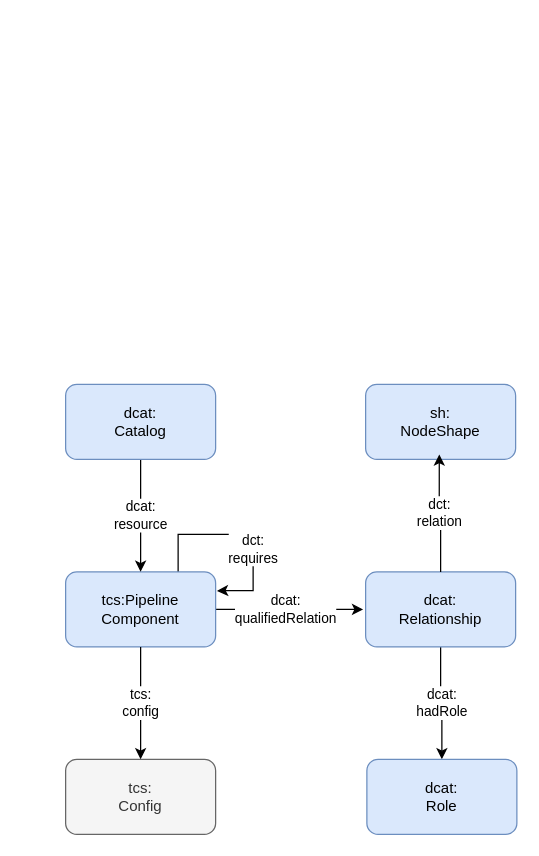
thcarsten/toolchain-specification keeps this draw.io diagram as page "Component Catalog" (4 of 4) of semantic model/diagrams/diagrams.drawio. Above is the earlier version. Source tidied: cells renumbered, new cells numbered last; positions are measured from the earlier drawing's top-left corner, leaving out a move shared by most shapes. Both pictures are drawn from the tidied source at 125%, with x=0, y=0 at pixel (65, 384).
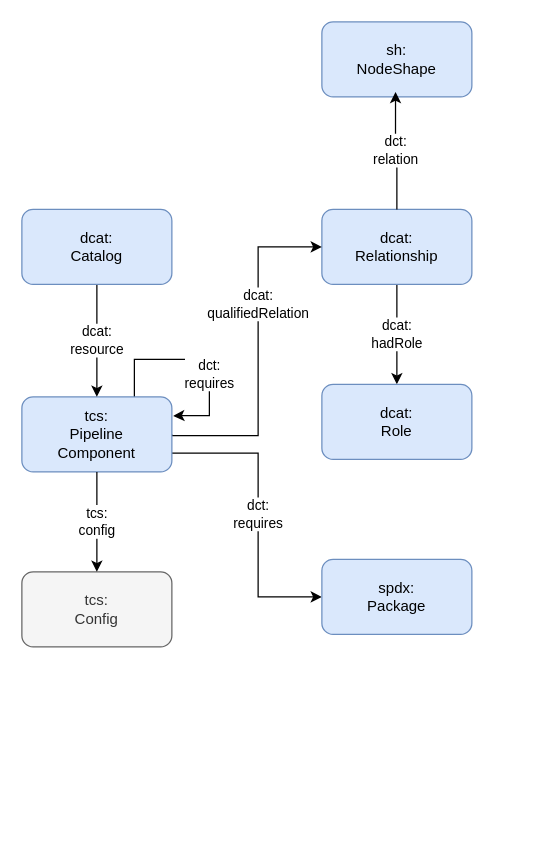
After the change.

The edit, as a diff of the source:
```diff
@@
     <mxCell id="3" value="dcat:&lt;div&gt;Relationship&lt;/div&gt;" style="rounded=1;whiteSpace=wrap;html=1;gradientDirection=north;fillColor=#dae8fc;strokeColor=#6c8ebf;" parent="1" vertex="1">
-      <mxGeometry x="240" y="150" width="120" height="60" as="geometry" />
+      <mxGeometry x="205" y="-140" width="120" height="60" as="geometry" />
     </mxCell>
     <mxCell id="4" value="dcat:&lt;div&gt;Role&lt;/div&gt;" style="rounded=1;whiteSpace=wrap;html=1;gradientDirection=north;fillColor=#dae8fc;strokeColor=#6c8ebf;" parent="1" vertex="1">
-      <mxGeometry x="241" y="300" width="120" height="60" as="geometry" />
+      <mxGeometry x="205" width="120" height="60" as="geometry" />
     </mxCell>
-    <mxCell id="5" value="dct:&lt;div&gt;requires&lt;/div&gt;" style="edgeStyle=orthogonalEdgeStyle;rounded=0;orthogonalLoop=1;jettySize=auto;html=1;exitX=0.75;exitY=0;exitDx=0;exitDy=0;entryX=1.009;entryY=0.254;entryDx=0;entryDy=0;entryPerimeter=0;" parent="1" edge="1" source="7" target="7">
+    <mxCell id="5" value="dct:&lt;div&gt;requires&lt;/div&gt;" style="edgeStyle=orthogonalEdgeStyle;rounded=0;orthogonalLoop=1;jettySize=auto;html=1;exitX=0.75;exitY=0;exitDx=0;exitDy=0;entryX=1.009;entryY=0.254;entryDx=0;entryDy=0;entryPerimeter=0;" parent="1" edge="1" source="15" target="15">
       <mxGeometry x="0.24" relative="1" as="geometry">
         <Array as="points">
-          <mxPoint x="90" y="120" />
-          <mxPoint x="150" y="120" />
-          <mxPoint x="150" y="165" />
-          <mxPoint x="127" y="165" />
+          <mxPoint x="55" y="-20" />
+          <mxPoint x="115" y="-20" />
+          <mxPoint x="115" y="25" />
+          <mxPoint x="92" y="25" />
         </Array>
       </mxGeometry>
     </mxCell>
-    <mxCell id="6" value="dcat:&lt;div&gt;qualifiedRelation&lt;/div&gt;" style="edgeStyle=orthogonalEdgeStyle;rounded=0;orthogonalLoop=1;jettySize=auto;html=1;exitX=1;exitY=0.5;exitDx=0;exitDy=0;entryX=0;entryY=0.5;entryDx=0;entryDy=0;" parent="1" edge="1">
-      <mxGeometry x="-0.05" relative="1" as="geometry">
-        <mxPoint x="120" y="180" as="sourcePoint" />
-        <mxPoint x="238" y="180" as="targetPoint" />
+    <mxCell id="6" value="dcat:&lt;div&gt;qualifiedRelation&lt;/div&gt;" style="edgeStyle=orthogonalEdgeStyle;rounded=0;jettySize=auto;html=1;exitX=1;exitY=0.5;exitDx=0;exitDy=0;entryX=0;entryY=0.5;entryDx=0;entryDy=0;" parent="1" edge="1" target="3">
+      <mxGeometry x="0.29" relative="1" as="geometry">
+        <mxPoint x="85" y="40" as="sourcePoint" />
+        <Array as="points">
+          <mxPoint x="85" y="41" />
+          <mxPoint x="154" y="41" />
+          <mxPoint x="154" y="-110" />
+        </Array>
       </mxGeometry>
     </mxCell>
-    <mxCell id="7" value="tcs:Pipeline&lt;div&gt;Component&lt;/div&gt;" style="rounded=1;whiteSpace=wrap;html=1;fillColor=#dae8fc;strokeColor=#6c8ebf;" parent="1" vertex="1">
-      <mxGeometry y="150" width="120" height="60" as="geometry" />
-    </mxCell>
+    <mxCell id="14" value="dct:&lt;div&gt;requires&lt;/div&gt;" style="edgeStyle=orthogonalEdgeStyle;rounded=0;jettySize=auto;html=1;exitX=1;exitY=0.75;exitDx=0;exitDy=0;entryX=0;entryY=0.5;entryDx=0;entryDy=0;" parent="1" edge="1" source="15" target="16">
+      <mxGeometry relative="1" as="geometry">
+        <Array as="points">
+          <mxPoint x="154" y="55" />
+          <mxPoint x="154" y="170" />
+        </Array>
+      </mxGeometry>
+    </mxCell>
+    <mxCell id="15" value="tcs:&lt;div&gt;Pipeline&lt;div&gt;Component&lt;/div&gt;&lt;/div&gt;" style="rounded=1;whiteSpace=wrap;html=1;fillColor=#dae8fc;strokeColor=#6c8ebf;" parent="1" vertex="1">
+      <mxGeometry x="-35" y="10" width="120" height="60" as="geometry" />
+    </mxCell>
-    <mxCell id="8" value="dcat:&lt;div&gt;resource&lt;/div&gt;" style="edgeStyle=orthogonalEdgeStyle;rounded=0;jettySize=auto;html=1;exitX=0.5;exitY=1;exitDx=0;exitDy=0;" parent="1" edge="1" source="9" target="7">
+    <mxCell id="8" value="dcat:&lt;div&gt;resource&lt;/div&gt;" style="edgeStyle=orthogonalEdgeStyle;rounded=0;jettySize=auto;html=1;exitX=0.5;exitY=1;exitDx=0;exitDy=0;" parent="1" edge="1" source="9" target="15">
       <mxGeometry relative="1" as="geometry" />
     </mxCell>
     <mxCell id="9" value="dcat:&lt;div&gt;Catalog&lt;/div&gt;" style="rounded=1;whiteSpace=wrap;html=1;fillColor=#dae8fc;strokeColor=#6c8ebf;" parent="1" vertex="1">
-      <mxGeometry width="120" height="60" as="geometry" />
+      <mxGeometry x="-35" y="-140" width="120" height="60" as="geometry" />
     </mxCell>
     <mxCell id="10" value="tcs:&lt;div&gt;Config&lt;/div&gt;" style="rounded=1;whiteSpace=wrap;html=1;fillColor=#f5f5f5;strokeColor=#666666;fontColor=#333333;" parent="1" vertex="1">
-      <mxGeometry y="300" width="120" height="60" as="geometry" />
+      <mxGeometry x="-35" y="150" width="120" height="60" as="geometry" />
     </mxCell>
-    <mxCell id="11" value="tcs:&lt;div&gt;config&lt;/div&gt;" style="edgeStyle=orthogonalEdgeStyle;rounded=0;jettySize=auto;html=1;exitX=0.5;exitY=1;exitDx=0;exitDy=0;entryX=0.5;entryY=0;entryDx=0;entryDy=0;" parent="1" edge="1" source="7" target="10">
+    <mxCell id="11" value="tcs:&lt;div&gt;config&lt;/div&gt;" style="edgeStyle=orthogonalEdgeStyle;rounded=0;jettySize=auto;html=1;exitX=0.5;exitY=1;exitDx=0;exitDy=0;entryX=0.5;entryY=0;entryDx=0;entryDy=0;" parent="1" edge="1" source="15" target="10">
       <mxGeometry relative="1" as="geometry" />
     </mxCell>
     <mxCell id="12" value="sh:&lt;div&gt;NodeShape&lt;/div&gt;" style="rounded=1;whiteSpace=wrap;html=1;gradientDirection=north;fillColor=#dae8fc;strokeColor=#6c8ebf;" parent="1" vertex="1">
-      <mxGeometry x="240" width="120" height="60" as="geometry" />
+      <mxGeometry x="205" y="-290" width="120" height="60" as="geometry" />
     </mxCell>
@@
+    <mxCell id="16" value="spdx:&lt;div&gt;Package&lt;/div&gt;" style="rounded=1;whiteSpace=wrap;html=1;fillColor=#dae8fc;strokeColor=#6c8ebf;" parent="1" vertex="1">
+      <mxGeometry x="205" y="140" width="120" height="60" as="geometry" />
+    </mxCell>
```
